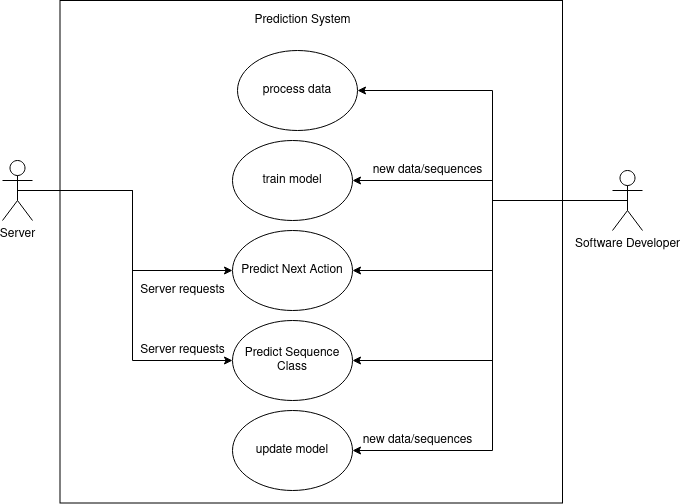
Above: imgs/use_case.png in gafalcon/lstm_predict_log_sequence (draw.io), before the change. Source tidied: cells renumbered, new cells last; positions are measured from the earlier drawing's top-left corner, leaving out a move shared by most shapes. The source it was exported from:
```xml
<mxGraphModel>
  <root>
    <mxCell id="0" />
    <mxCell id="1" parent="0" />
    <mxCell id="2" style="whiteSpace=wrap;html=1;" parent="1" vertex="1">
      <mxGeometry x="57.5" width="502.5" height="502.5" as="geometry" />
    </mxCell>
    <mxCell id="3" value="Prediction System" style="text;html=1;align=center;verticalAlign=middle;" parent="1" vertex="1">
      <mxGeometry x="245" y="10" width="110" height="20" as="geometry" />
    </mxCell>
    <mxCell id="4" value="Predict Next Action" style="ellipse;whiteSpace=wrap;html=1;" parent="1" vertex="1">
      <mxGeometry x="230" y="230" width="120" height="80" as="geometry" />
    </mxCell>
    <mxCell id="5" value="Predict Sequence Class" style="ellipse;whiteSpace=wrap;html=1;" parent="1" vertex="1">
      <mxGeometry x="230" y="320" width="120" height="80" as="geometry" />
    </mxCell>
    <mxCell id="6" style="edgeStyle=orthogonalEdgeStyle;rounded=0;jettySize=auto;html=1;exitX=0.5;exitY=0.5;exitDx=0;exitDy=0;exitPerimeter=0;" parent="1" edge="1" source="8" target="4">
      <mxGeometry relative="1" as="geometry">
        <Array as="points">
          <mxPoint x="130" y="190" />
          <mxPoint x="130" y="270" />
        </Array>
      </mxGeometry>
    </mxCell>
    <mxCell id="7" style="edgeStyle=orthogonalEdgeStyle;rounded=0;jettySize=auto;html=1;exitX=0.5;exitY=0.5;exitDx=0;exitDy=0;exitPerimeter=0;" parent="1" edge="1" source="8" target="5">
      <mxGeometry relative="1" as="geometry">
        <Array as="points">
          <mxPoint x="130" y="190" />
          <mxPoint x="130" y="360" />
        </Array>
      </mxGeometry>
    </mxCell>
    <mxCell id="8" value="Server" style="shape=umlActor;verticalLabelPosition=bottom;verticalAlign=top;html=1;outlineConnect=0;" parent="1" vertex="1">
      <mxGeometry y="160" width="30" height="60" as="geometry" />
    </mxCell>
    <mxCell id="9" style="edgeStyle=orthogonalEdgeStyle;rounded=0;jettySize=auto;html=1;exitX=0.5;exitY=0.5;exitDx=0;exitDy=0;exitPerimeter=0;entryX=1;entryY=0.5;entryDx=0;entryDy=0;" parent="1" edge="1" source="14" target="4">
      <mxGeometry relative="1" as="geometry">
        <Array as="points">
          <mxPoint x="490" y="200" />
          <mxPoint x="490" y="270" />
        </Array>
      </mxGeometry>
    </mxCell>
    <mxCell id="10" style="edgeStyle=orthogonalEdgeStyle;rounded=0;jettySize=auto;html=1;exitX=0.5;exitY=0.5;exitDx=0;exitDy=0;exitPerimeter=0;" parent="1" edge="1" source="14" target="5">
      <mxGeometry relative="1" as="geometry">
        <Array as="points">
          <mxPoint x="490" y="200" />
          <mxPoint x="490" y="360" />
        </Array>
      </mxGeometry>
    </mxCell>
    <mxCell id="11" style="edgeStyle=orthogonalEdgeStyle;rounded=0;jettySize=auto;html=1;entryX=1;entryY=0.5;entryDx=0;entryDy=0;" parent="1" edge="1" source="14" target="19">
      <mxGeometry relative="1" as="geometry">
        <Array as="points">
          <mxPoint x="490" y="200" />
          <mxPoint x="490" y="180" />
        </Array>
      </mxGeometry>
    </mxCell>
    <mxCell id="12" style="edgeStyle=orthogonalEdgeStyle;rounded=0;jettySize=auto;html=1;exitX=0.5;exitY=0.5;exitDx=0;exitDy=0;exitPerimeter=0;entryX=1;entryY=0.5;entryDx=0;entryDy=0;" parent="1" edge="1" source="14" target="16">
      <mxGeometry relative="1" as="geometry">
        <Array as="points">
          <mxPoint x="490" y="200" />
          <mxPoint x="490" y="450" />
        </Array>
      </mxGeometry>
    </mxCell>
    <mxCell id="13" style="edgeStyle=orthogonalEdgeStyle;rounded=0;jettySize=auto;html=1;exitX=0.5;exitY=0.5;exitDx=0;exitDy=0;exitPerimeter=0;entryX=1;entryY=0.5;entryDx=0;entryDy=0;" parent="1" edge="1" source="14" target="21">
      <mxGeometry relative="1" as="geometry">
        <Array as="points">
          <mxPoint x="490" y="200" />
          <mxPoint x="490" y="90" />
        </Array>
      </mxGeometry>
    </mxCell>
    <mxCell id="14" value="Software Developer" style="shape=umlActor;verticalLabelPosition=bottom;verticalAlign=top;html=1;outlineConnect=0;" parent="1" vertex="1">
      <mxGeometry x="610" y="170" width="30" height="60" as="geometry" />
    </mxCell>
    <mxCell id="15" value="Server requests" style="text;html=1;align=center;verticalAlign=middle;" parent="1" vertex="1">
      <mxGeometry x="130" y="280" width="100" height="20" as="geometry" />
    </mxCell>
    <mxCell id="16" value="update model" style="ellipse;whiteSpace=wrap;html=1;" parent="1" vertex="1">
      <mxGeometry x="230" y="410" width="120" height="80" as="geometry" />
    </mxCell>
    <mxCell id="17" value="Server requests" style="text;html=1;align=center;verticalAlign=middle;" parent="1" vertex="1">
      <mxGeometry x="130" y="340" width="100" height="20" as="geometry" />
    </mxCell>
    <mxCell id="18" value="new data/sequences" style="text;html=1;align=center;verticalAlign=middle;" parent="1" vertex="1">
      <mxGeometry x="360" y="160" width="130" height="20" as="geometry" />
    </mxCell>
    <mxCell id="19" value="train model" style="ellipse;whiteSpace=wrap;html=1;" parent="1" vertex="1">
      <mxGeometry x="230" y="140" width="120" height="80" as="geometry" />
    </mxCell>
    <mxCell id="20" value="new data/sequences" style="text;html=1;align=center;verticalAlign=middle;" parent="1" vertex="1">
      <mxGeometry x="350" y="430" width="130" height="20" as="geometry" />
    </mxCell>
    <mxCell id="21" value="process data" style="ellipse;whiteSpace=wrap;html=1;" parent="1" vertex="1">
      <mxGeometry x="235" y="50" width="120" height="80" as="geometry" />
    </mxCell>
  </root>
</mxGraphModel>
```
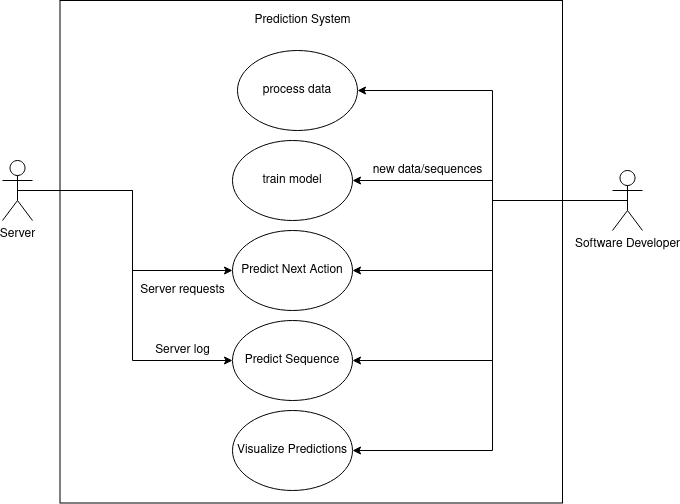
Later version of the same file.

Diff of the diagram source:
```diff
@@ -11,9 +11,9 @@
     <mxCell id="4" value="Predict Next Action" style="ellipse;whiteSpace=wrap;html=1;" parent="1" vertex="1">
       <mxGeometry x="230" y="230" width="120" height="80" as="geometry" />
     </mxCell>
-    <mxCell id="5" value="Predict Sequence Class" style="ellipse;whiteSpace=wrap;html=1;" parent="1" vertex="1">
-      <mxGeometry x="230" y="320" width="120" height="80" as="geometry" />
-    </mxCell>
+    <mxCell id="22" value="Predict Sequence" style="ellipse;whiteSpace=wrap;html=1;" parent="1" vertex="1">
+      <mxGeometry x="230" y="320" width="120" height="80" as="geometry" />
+    </mxCell>
     <mxCell id="6" style="edgeStyle=orthogonalEdgeStyle;rounded=0;jettySize=auto;html=1;exitX=0.5;exitY=0.5;exitDx=0;exitDy=0;exitPerimeter=0;" parent="1" edge="1" source="8" target="4">
       <mxGeometry relative="1" as="geometry">
         <Array as="points">
@@ -22,14 +22,14 @@
         </Array>
       </mxGeometry>
     </mxCell>
-    <mxCell id="7" style="edgeStyle=orthogonalEdgeStyle;rounded=0;jettySize=auto;html=1;exitX=0.5;exitY=0.5;exitDx=0;exitDy=0;exitPerimeter=0;" parent="1" edge="1" source="8" target="5">
-      <mxGeometry relative="1" as="geometry">
-        <Array as="points">
-          <mxPoint x="130" y="190" />
-          <mxPoint x="130" y="360" />
-        </Array>
-      </mxGeometry>
-    </mxCell>
+    <mxCell id="23" style="edgeStyle=orthogonalEdgeStyle;rounded=0;jettySize=auto;html=1;exitX=0.5;exitY=0.5;exitDx=0;exitDy=0;exitPerimeter=0;" parent="1" edge="1" source="8" target="22">
+      <mxGeometry relative="1" as="geometry">
+        <Array as="points">
+          <mxPoint x="130" y="190" />
+          <mxPoint x="130" y="360" />
+        </Array>
+      </mxGeometry>
+    </mxCell>
     <mxCell id="8" value="Server" style="shape=umlActor;verticalLabelPosition=bottom;verticalAlign=top;html=1;outlineConnect=0;" parent="1" vertex="1">
       <mxGeometry y="160" width="30" height="60" as="geometry" />
     </mxCell>
@@ -41,14 +41,14 @@
         </Array>
       </mxGeometry>
     </mxCell>
-    <mxCell id="10" style="edgeStyle=orthogonalEdgeStyle;rounded=0;jettySize=auto;html=1;exitX=0.5;exitY=0.5;exitDx=0;exitDy=0;exitPerimeter=0;" parent="1" edge="1" source="14" target="5">
-      <mxGeometry relative="1" as="geometry">
-        <Array as="points">
-          <mxPoint x="490" y="200" />
-          <mxPoint x="490" y="360" />
-        </Array>
-      </mxGeometry>
-    </mxCell>
+    <mxCell id="24" style="edgeStyle=orthogonalEdgeStyle;rounded=0;jettySize=auto;html=1;exitX=0.5;exitY=0.5;exitDx=0;exitDy=0;exitPerimeter=0;" parent="1" edge="1" source="14" target="22">
+      <mxGeometry relative="1" as="geometry">
+        <Array as="points">
+          <mxPoint x="490" y="200" />
+          <mxPoint x="490" y="360" />
+        </Array>
+      </mxGeometry>
+    </mxCell>
     <mxCell id="11" style="edgeStyle=orthogonalEdgeStyle;rounded=0;jettySize=auto;html=1;entryX=1;entryY=0.5;entryDx=0;entryDy=0;" parent="1" edge="1" source="14" target="19">
       <mxGeometry relative="1" as="geometry">
         <Array as="points">
@@ -57,14 +57,6 @@
         </Array>
       </mxGeometry>
     </mxCell>
-    <mxCell id="12" style="edgeStyle=orthogonalEdgeStyle;rounded=0;jettySize=auto;html=1;exitX=0.5;exitY=0.5;exitDx=0;exitDy=0;exitPerimeter=0;entryX=1;entryY=0.5;entryDx=0;entryDy=0;" parent="1" edge="1" source="14" target="16">
-      <mxGeometry relative="1" as="geometry">
-        <Array as="points">
-          <mxPoint x="490" y="200" />
-          <mxPoint x="490" y="450" />
-        </Array>
-      </mxGeometry>
-    </mxCell>
     <mxCell id="13" style="edgeStyle=orthogonalEdgeStyle;rounded=0;jettySize=auto;html=1;exitX=0.5;exitY=0.5;exitDx=0;exitDy=0;exitPerimeter=0;entryX=1;entryY=0.5;entryDx=0;entryDy=0;" parent="1" edge="1" source="14" target="21">
       <mxGeometry relative="1" as="geometry">
         <Array as="points">
@@ -73,29 +65,34 @@
         </Array>
       </mxGeometry>
     </mxCell>
+    <mxCell id="25" style="edgeStyle=orthogonalEdgeStyle;rounded=0;jettySize=auto;html=1;entryX=1;entryY=0.5;entryDx=0;entryDy=0;" parent="1" edge="1" source="14" target="27">
+      <mxGeometry relative="1" as="geometry">
+        <Array as="points">
+          <mxPoint x="490" y="200" />
+          <mxPoint x="490" y="450" />
+        </Array>
+      </mxGeometry>
+    </mxCell>
     <mxCell id="14" value="Software Developer" style="shape=umlActor;verticalLabelPosition=bottom;verticalAlign=top;html=1;outlineConnect=0;" parent="1" vertex="1">
       <mxGeometry x="610" y="170" width="30" height="60" as="geometry" />
     </mxCell>
     <mxCell id="15" value="Server requests" style="text;html=1;align=center;verticalAlign=middle;" parent="1" vertex="1">
       <mxGeometry x="130" y="280" width="100" height="20" as="geometry" />
     </mxCell>
-    <mxCell id="16" value="update model" style="ellipse;whiteSpace=wrap;html=1;" parent="1" vertex="1">
-      <mxGeometry x="230" y="410" width="120" height="80" as="geometry" />
-    </mxCell>
-    <mxCell id="17" value="Server requests" style="text;html=1;align=center;verticalAlign=middle;" parent="1" vertex="1">
-      <mxGeometry x="130" y="340" width="100" height="20" as="geometry" />
-    </mxCell>
+    <mxCell id="26" value="&lt;div&gt;Server log&lt;/div&gt;" style="text;html=1;align=center;verticalAlign=middle;" parent="1" vertex="1">
+      <mxGeometry x="145" y="340" width="70" height="20" as="geometry" />
+    </mxCell>
     <mxCell id="18" value="new data/sequences" style="text;html=1;align=center;verticalAlign=middle;" parent="1" vertex="1">
       <mxGeometry x="360" y="160" width="130" height="20" as="geometry" />
     </mxCell>
     <mxCell id="19" value="train model" style="ellipse;whiteSpace=wrap;html=1;" parent="1" vertex="1">
       <mxGeometry x="230" y="140" width="120" height="80" as="geometry" />
     </mxCell>
-    <mxCell id="20" value="new data/sequences" style="text;html=1;align=center;verticalAlign=middle;" parent="1" vertex="1">
-      <mxGeometry x="350" y="430" width="130" height="20" as="geometry" />
-    </mxCell>
     <mxCell id="21" value="process data" style="ellipse;whiteSpace=wrap;html=1;" parent="1" vertex="1">
       <mxGeometry x="235" y="50" width="120" height="80" as="geometry" />
     </mxCell>
+    <mxCell id="27" value="Visualize Predictions" style="ellipse;whiteSpace=wrap;html=1;" parent="1" vertex="1">
+      <mxGeometry x="230" y="410" width="120" height="80" as="geometry" />
+    </mxCell>
   </root>
 </mxGraphModel>
```
